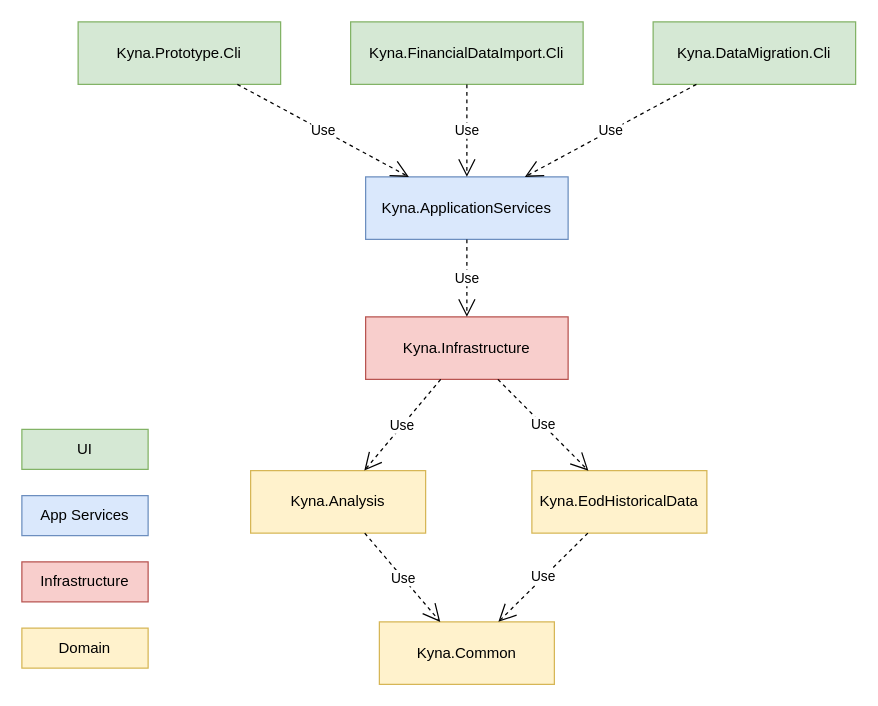
The draw.io diagram page "Assemblies" (3 of 6) of docs/drawio/Kyna.drawio in vicsharp-shibusa/kyna, before the edit. Source tidied: cells renumbered, new cells numbered last; positions are measured from the earlier drawing's top-left corner, leaving out a move shared by most shapes. Both pictures are drawn from the tidied source at 125%, with x=0, y=0 at pixel (21, 21).
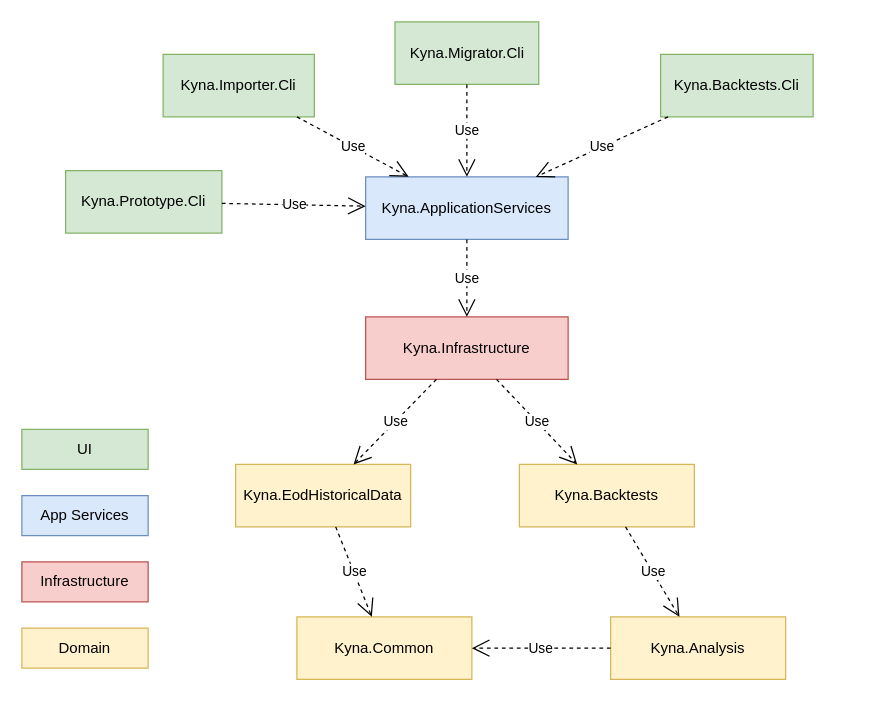
The same page after the edit.

The change refers to these unchanged cells:
```xml
<mxCell id="5" value="Kyna.ApplicationServices" style="html=1;whiteSpace=wrap;fillColor=#dae8fc;strokeColor=#6c8ebf;" parent="1" vertex="1">
  <mxGeometry x="275" y="124" width="162" height="50" as="geometry" />
</mxCell>
<mxCell id="7" value="Kyna.Infrastructure" style="html=1;whiteSpace=wrap;fillColor=#f8cecc;strokeColor=#b85450;" parent="1" vertex="1">
  <mxGeometry x="275" y="236" width="162" height="50" as="geometry" />
</mxCell>
```

Diff of the diagram source:
```diff
@@
-    <mxCell id="2" value="Kyna.DataMigration.Cli" style="html=1;whiteSpace=wrap;fillColor=#d5e8d4;strokeColor=#82b366;" parent="1" vertex="1">
-      <mxGeometry x="505" width="162" height="50" as="geometry" />
+    <mxCell id="2" value="Kyna.Migrator.Cli" style="html=1;whiteSpace=wrap;fillColor=#d5e8d4;strokeColor=#82b366;" parent="1" vertex="1">
+      <mxGeometry x="298.5" width="115" height="50" as="geometry" />
     </mxCell>
-    <mxCell id="3" value="Kyna.FinancialDataImport.Cli" style="html=1;whiteSpace=wrap;fillColor=#d5e8d4;strokeColor=#82b366;" parent="1" vertex="1">
-      <mxGeometry x="263" width="186" height="50" as="geometry" />
+    <mxCell id="3" value="Kyna.Importer.Cli" style="html=1;whiteSpace=wrap;fillColor=#d5e8d4;strokeColor=#82b366;" parent="1" vertex="1">
+      <mxGeometry x="113" y="26" width="121" height="50" as="geometry" />
     </mxCell>
     <mxCell id="4" value="Kyna.Prototype.Cli" style="html=1;whiteSpace=wrap;fillColor=#d5e8d4;strokeColor=#82b366;" parent="1" vertex="1">
-      <mxGeometry x="45" width="162" height="50" as="geometry" />
+      <mxGeometry x="35" y="119" width="125" height="50" as="geometry" />
     </mxCell>
@@
     <mxCell id="6" value="Kyna.Common" style="html=1;whiteSpace=wrap;fillColor=#fff2cc;strokeColor=#d6b656;" parent="1" vertex="1">
-      <mxGeometry x="286" y="480" width="140" height="50" as="geometry" />
+      <mxGeometry x="220" y="476" width="140" height="50" as="geometry" />
     </mxCell>
@@
     <mxCell id="8" value="Kyna.Analysis" style="html=1;whiteSpace=wrap;fillColor=#fff2cc;strokeColor=#d6b656;" parent="1" vertex="1">
-      <mxGeometry x="183" y="359" width="140" height="50" as="geometry" />
+      <mxGeometry x="471" y="476" width="140" height="50" as="geometry" />
     </mxCell>
     <mxCell id="9" value="Kyna.EodHistoricalData" style="html=1;whiteSpace=wrap;fillColor=#fff2cc;strokeColor=#d6b656;" parent="1" vertex="1">
-      <mxGeometry x="408" y="359" width="140" height="50" as="geometry" />
+      <mxGeometry x="171" y="354" width="140" height="50" as="geometry" />
     </mxCell>
@@
-    <mxCell id="14" value="Use" style="endArrow=open;endSize=12;dashed=1;html=1;rounded=0;" parent="1" edge="1" source="7" target="8">
-      <mxGeometry relative="1" as="geometry" />
-    </mxCell>
@@
+    <mxCell id="22" value="Kyna.Backtests.Cli" style="html=1;whiteSpace=wrap;fillColor=#d5e8d4;strokeColor=#82b366;" parent="1" vertex="1">
+      <mxGeometry x="511" y="26" width="122" height="50" as="geometry" />
+    </mxCell>
+    <mxCell id="23" value="Use" style="endArrow=open;endSize=12;dashed=1;html=1;rounded=0;" parent="1" edge="1" source="22" target="5">
+      <mxGeometry relative="1" as="geometry" />
+    </mxCell>
+    <mxCell id="24" value="Kyna.Backtests" style="html=1;whiteSpace=wrap;fillColor=#fff2cc;strokeColor=#d6b656;" parent="1" vertex="1">
+      <mxGeometry x="398" y="354" width="140" height="50" as="geometry" />
+    </mxCell>
+    <mxCell id="25" value="Use" style="endArrow=open;endSize=12;dashed=1;html=1;rounded=0;" parent="1" edge="1" source="7" target="24">
+      <mxGeometry relative="1" as="geometry" />
+    </mxCell>
+    <mxCell id="26" value="Use" style="endArrow=open;endSize=12;dashed=1;html=1;rounded=0;" parent="1" edge="1" source="24" target="8">
+      <mxGeometry relative="1" as="geometry" />
+    </mxCell>
```
